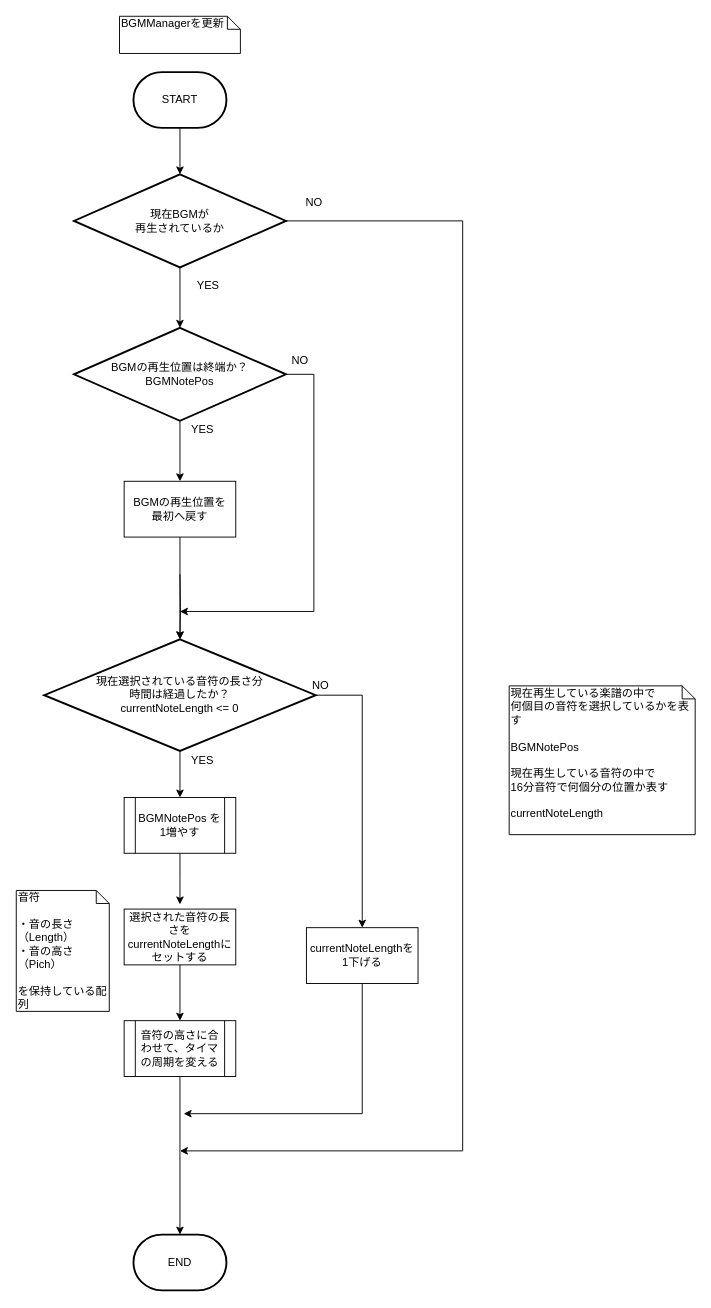
hakohumi/comp.train.whack-a-mole keeps this draw.io diagram as page "BGMManagerを更新" (2 of 5) of 資料/設計書/フローチャート/モグラ叩き_Buzzer.drawio. Above is the earlier version. Source tidied: cells renumbered, new cells numbered last; positions are measured from the earlier drawing's top-left corner, leaving out a move shared by most shapes. Both pictures are drawn from the tidied source at 93%, with x=0, y=0 at pixel (16, 16).
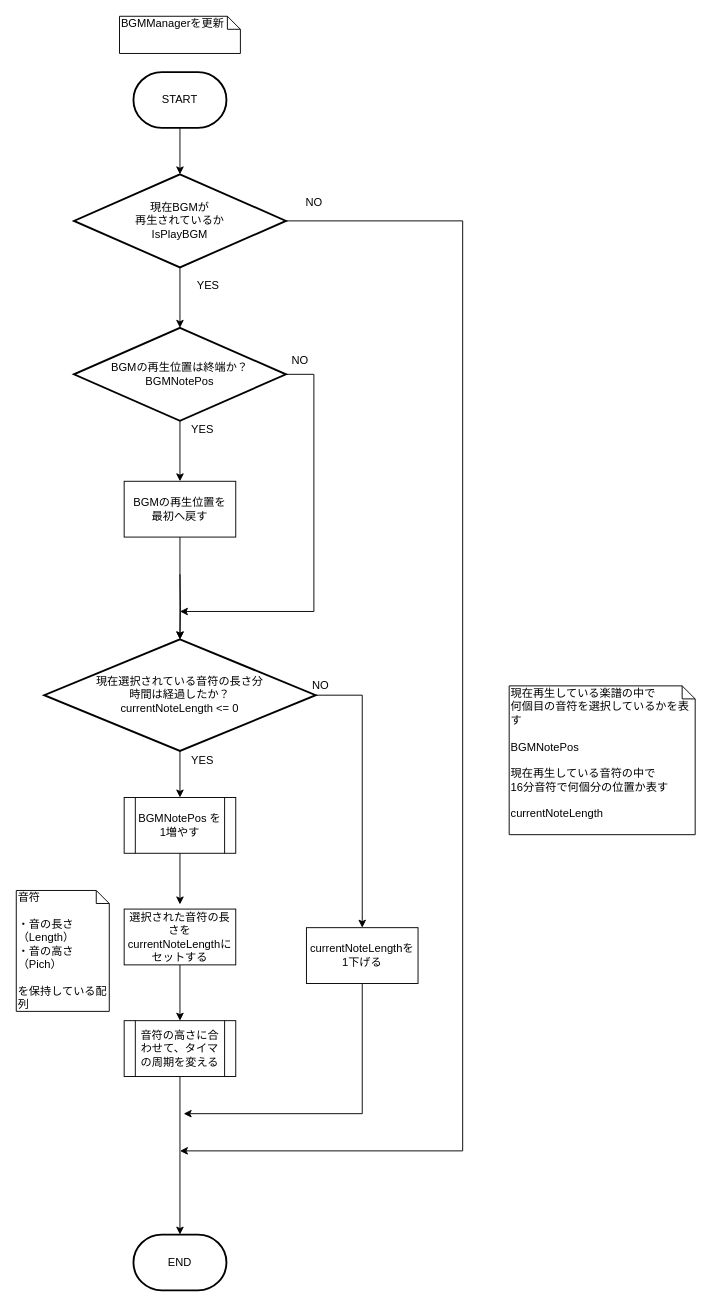
The same diagram, later.

What changed in the source:
```diff
@@
-    <mxCell id="7" value="現在BGMが&lt;br&gt;再生されているか" style="strokeWidth=2;html=1;shape=mxgraph.flowchart.decision;whiteSpace=wrap;" parent="1" vertex="1">
+    <mxCell id="7" value="現在BGMが&lt;br&gt;再生されているか&lt;br&gt;IsPlayBGM" style="strokeWidth=2;html=1;shape=mxgraph.flowchart.decision;whiteSpace=wrap;" parent="1" vertex="1">
       <mxGeometry x="62" y="170" width="228" height="100" as="geometry" />
     </mxCell>
```
